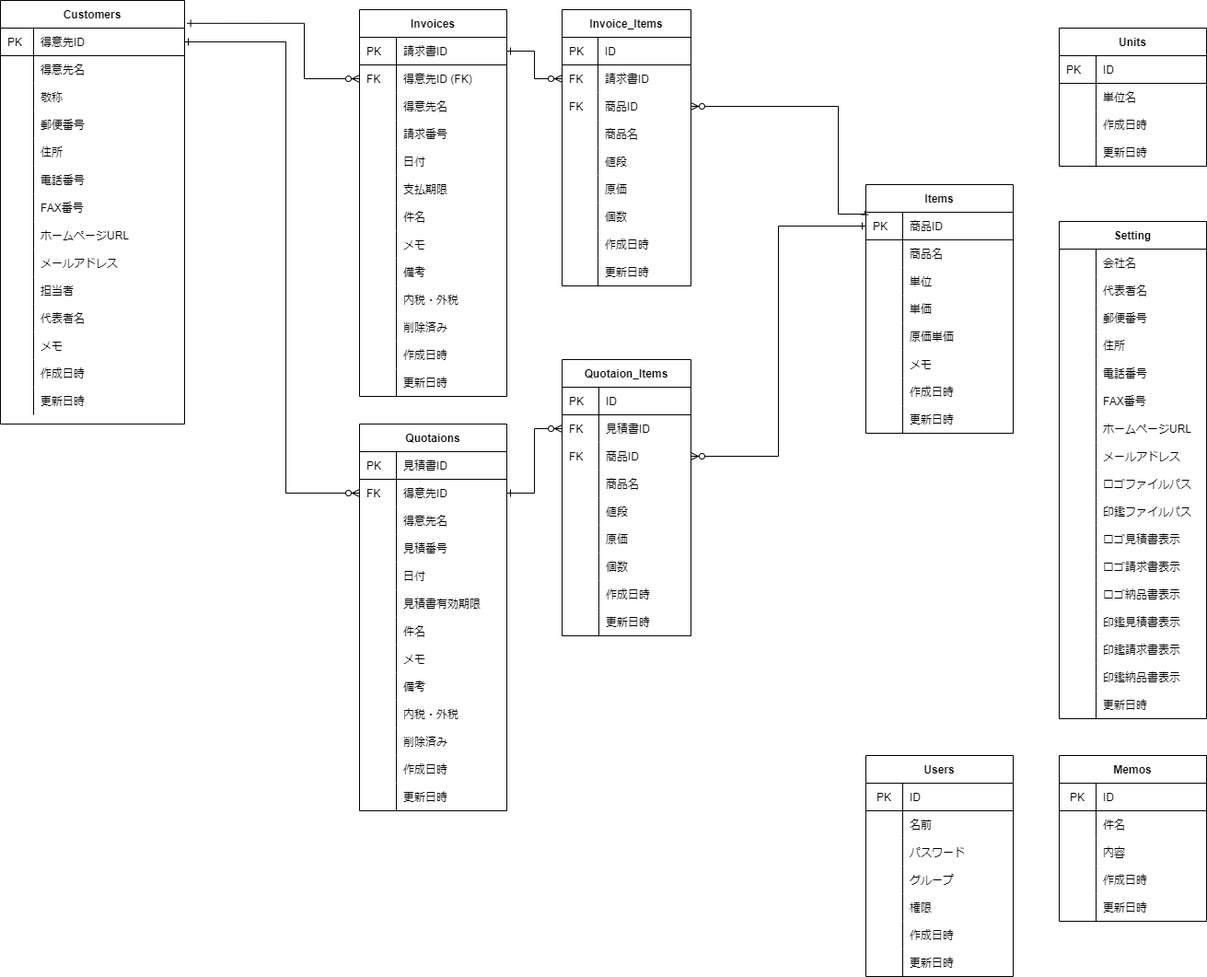
Earlier version of the draw.io export soho_er.png (gamasenninn/caddie-clone). Source tidied: cells renumbered, new cells last; positions are measured from the earlier drawing's top-left corner, leaving out a move shared by most shapes.
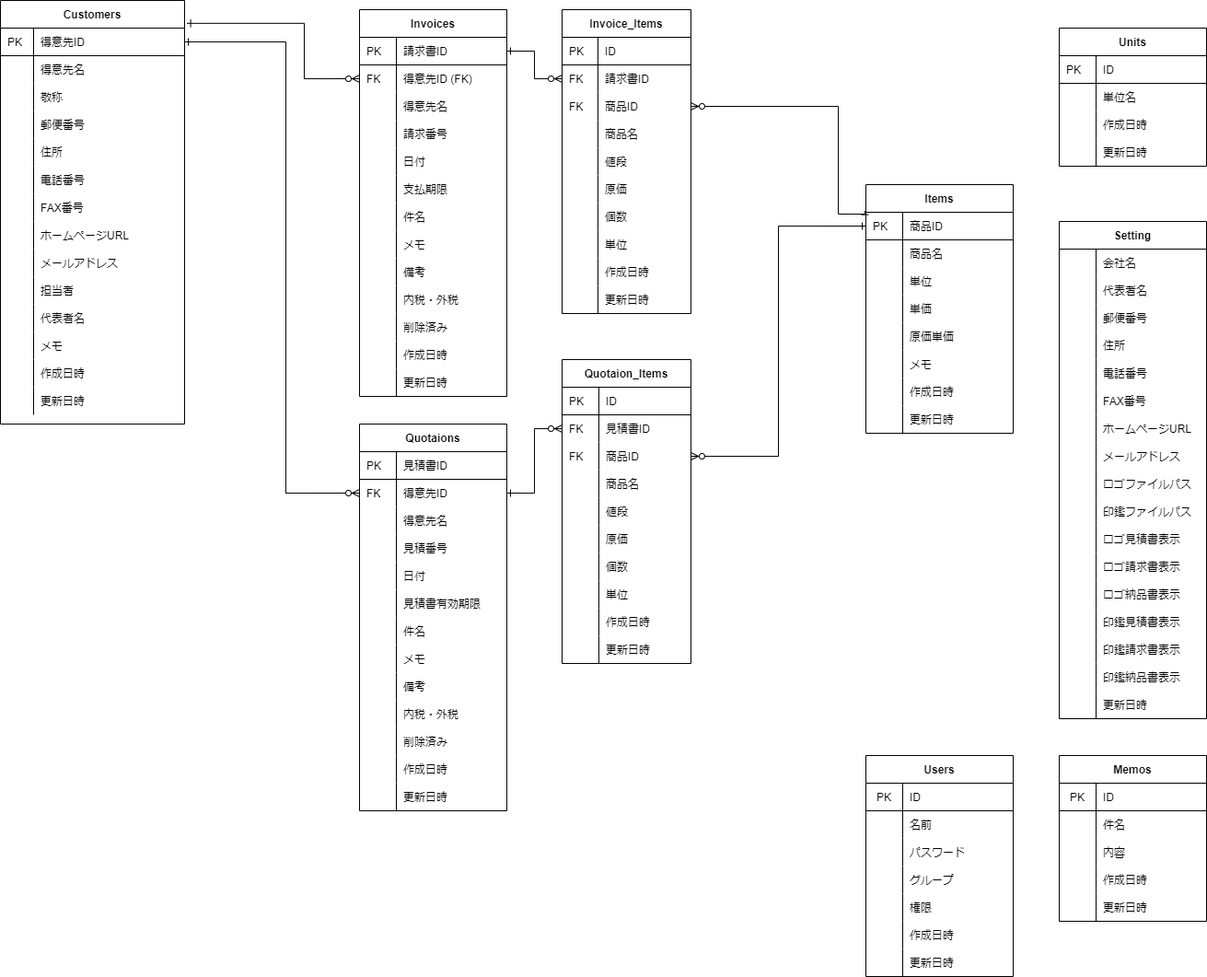
Later version of the same file.

What changed in the source:
```diff
@@ -327,7 +327,7 @@
       <mxGeometry x="40" width="120" height="30" as="geometry" />
     </mxCell>
     <mxCell id="110" value="Invoice_Items" style="shape=table;startSize=30;rowLines=0;fontStyle=1;align=center;" parent="1" vertex="1">
-      <mxGeometry x="610" y="10" width="140" height="300" as="geometry" />
+      <mxGeometry x="610" y="10" width="140" height="330" as="geometry" />
     </mxCell>
     <mxCell id="111" style="shape=partialRectangle;html=1;whiteSpace=wrap;fillColor=none;top=0;left=0;bottom=1;right=0;" parent="110" vertex="1">
       <mxGeometry y="30" width="140" height="30" as="geometry" />
@@ -392,8 +392,17 @@
     <mxCell id="131" value="個数" style="shape=partialRectangle;html=1;whiteSpace=wrap;fillColor=none;top=0;left=0;bottom=0;right=0;align=left;spacingLeft=6;overflow=hidden;" parent="129" vertex="1">
       <mxGeometry x="39" width="101" height="30" as="geometry" />
     </mxCell>
+    <mxCell id="315" style="shape=partialRectangle;html=1;whiteSpace=wrap;fillColor=none;top=0;left=0;bottom=0;right=0;" parent="110" vertex="1">
+      <mxGeometry y="240" width="140" height="30" as="geometry" />
+    </mxCell>
+    <mxCell id="316" style="shape=partialRectangle;html=1;whiteSpace=wrap;fillColor=none;top=0;left=0;bottom=0;right=0;align=left;spacingLeft=6;overflow=hidden;" parent="315" vertex="1">
+      <mxGeometry width="39" height="30" as="geometry" />
+    </mxCell>
+    <mxCell id="317" value="単位" style="shape=partialRectangle;html=1;whiteSpace=wrap;fillColor=none;top=0;left=0;bottom=0;right=0;align=left;spacingLeft=6;overflow=hidden;" parent="315" vertex="1">
+      <mxGeometry x="39" width="101" height="30" as="geometry" />
+    </mxCell>
     <mxCell id="132" style="shape=partialRectangle;html=1;whiteSpace=wrap;fillColor=none;top=0;left=0;bottom=0;right=0;" parent="110" vertex="1">
-      <mxGeometry y="240" width="140" height="30" as="geometry" />
+      <mxGeometry y="270" width="140" height="30" as="geometry" />
     </mxCell>
     <mxCell id="133" style="shape=partialRectangle;html=1;whiteSpace=wrap;fillColor=none;top=0;left=0;bottom=0;right=0;align=left;spacingLeft=6;overflow=hidden;" parent="132" vertex="1">
       <mxGeometry width="39" height="30" as="geometry" />
@@ -402,7 +411,7 @@
       <mxGeometry x="39" width="101" height="30" as="geometry" />
     </mxCell>
     <mxCell id="135" style="shape=partialRectangle;html=1;whiteSpace=wrap;fillColor=none;top=0;left=0;bottom=0;right=0;" parent="110" vertex="1">
-      <mxGeometry y="270" width="140" height="30" as="geometry" />
+      <mxGeometry y="300" width="140" height="30" as="geometry" />
     </mxCell>
     <mxCell id="136" style="shape=partialRectangle;html=1;whiteSpace=wrap;fillColor=none;top=0;left=0;bottom=0;right=0;align=left;spacingLeft=6;overflow=hidden;" parent="135" vertex="1">
       <mxGeometry width="39" height="30" as="geometry" />
@@ -531,7 +540,7 @@
       <mxGeometry x="40" width="120" height="30" as="geometry" />
     </mxCell>
     <mxCell id="178" value="Quotaion_Items" style="shape=table;startSize=30;rowLines=0;fontStyle=1;align=center;" parent="1" vertex="1">
-      <mxGeometry x="610" y="390" width="140" height="300" as="geometry" />
+      <mxGeometry x="610" y="390" width="140" height="330" as="geometry" />
     </mxCell>
     <mxCell id="179" style="shape=partialRectangle;html=1;whiteSpace=wrap;fillColor=none;top=0;left=0;bottom=1;right=0;" parent="178" vertex="1">
       <mxGeometry y="30" width="140" height="30" as="geometry" />
@@ -596,8 +605,17 @@
     <mxCell id="199" value="個数" style="shape=partialRectangle;html=1;whiteSpace=wrap;fillColor=none;top=0;left=0;bottom=0;right=0;align=left;spacingLeft=6;overflow=hidden;" parent="197" vertex="1">
       <mxGeometry x="40" width="100" height="30" as="geometry" />
     </mxCell>
+    <mxCell id="318" style="shape=partialRectangle;html=1;whiteSpace=wrap;fillColor=none;top=0;left=0;bottom=0;right=0;" parent="178" vertex="1">
+      <mxGeometry y="240" width="140" height="30" as="geometry" />
+    </mxCell>
+    <mxCell id="319" style="shape=partialRectangle;html=1;whiteSpace=wrap;fillColor=none;top=0;left=0;bottom=0;right=0;align=left;spacingLeft=6;overflow=hidden;" parent="318" vertex="1">
+      <mxGeometry width="40" height="30" as="geometry" />
+    </mxCell>
+    <mxCell id="320" value="単位" style="shape=partialRectangle;html=1;whiteSpace=wrap;fillColor=none;top=0;left=0;bottom=0;right=0;align=left;spacingLeft=6;overflow=hidden;" parent="318" vertex="1">
+      <mxGeometry x="40" width="100" height="30" as="geometry" />
+    </mxCell>
     <mxCell id="200" style="shape=partialRectangle;html=1;whiteSpace=wrap;fillColor=none;top=0;left=0;bottom=0;right=0;" parent="178" vertex="1">
-      <mxGeometry y="240" width="140" height="30" as="geometry" />
+      <mxGeometry y="270" width="140" height="30" as="geometry" />
     </mxCell>
     <mxCell id="201" style="shape=partialRectangle;html=1;whiteSpace=wrap;fillColor=none;top=0;left=0;bottom=0;right=0;align=left;spacingLeft=6;overflow=hidden;" parent="200" vertex="1">
       <mxGeometry width="40" height="30" as="geometry" />
@@ -606,7 +624,7 @@
       <mxGeometry x="40" width="100" height="30" as="geometry" />
     </mxCell>
     <mxCell id="203" style="shape=partialRectangle;html=1;whiteSpace=wrap;fillColor=none;top=0;left=0;bottom=0;right=0;" parent="178" vertex="1">
-      <mxGeometry y="270" width="140" height="30" as="geometry" />
+      <mxGeometry y="300" width="140" height="30" as="geometry" />
     </mxCell>
     <mxCell id="204" style="shape=partialRectangle;html=1;whiteSpace=wrap;fillColor=none;top=0;left=0;bottom=0;right=0;align=left;spacingLeft=6;overflow=hidden;" parent="203" vertex="1">
       <mxGeometry width="40" height="30" as="geometry" />
```
